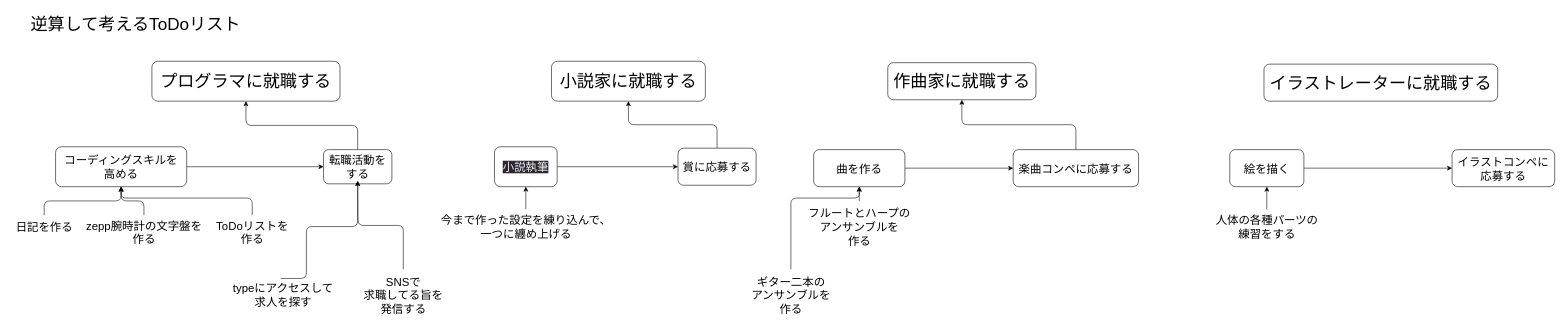
himaorg/himatsubushi.org-STOP- keeps this draw.io diagram as mindmap/test.drawio. Above is the earlier version. Source tidied: cells renumbered, new cells numbered last; positions are measured from the earlier drawing's top-left corner, leaving out a move shared by most shapes. Both pictures are drawn from the tidied source at 57%, with x=0, y=0 at pixel (10, 10).
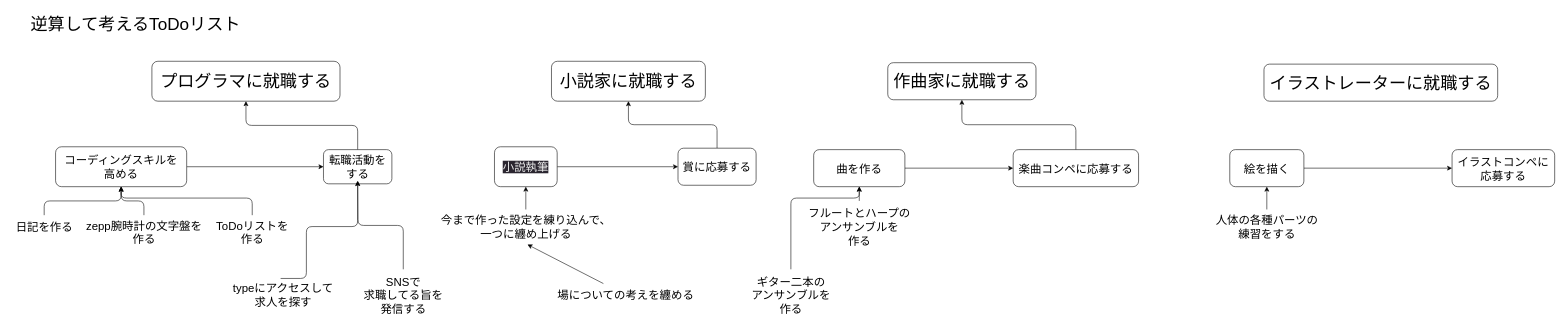
Above is the later version.

Unchanged cells that the change refers to:
```xml
<mxCell id="12" value="今まで作った設定を練り込んで、&lt;br style=&quot;font-size: 20px;&quot;&gt;一つに纏め上げる" style="text;html=1;align=center;verticalAlign=middle;points=[];strokeColor=none;fillColor=none;fontSize=20;" parent="1" vertex="1">
  <mxGeometry x="745" y="350" width="320" height="60" as="geometry" />
</mxCell>
```

Diff of the diagram source:
```diff
@@
+    <mxCell id="40" style="edgeStyle=none;html=1;entryX=0.509;entryY=1.025;entryDx=0;entryDy=0;entryPerimeter=0;fontSize=20;" parent="1" edge="1" source="41" target="12">
+      <mxGeometry relative="1" as="geometry" />
+    </mxCell>
+    <mxCell id="41" value="&lt;font style=&quot;font-size: 20px;&quot;&gt;場についての考えを纏める&lt;/font&gt;" style="text;html=1;align=center;verticalAlign=middle;points=[];strokeColor=none;fillColor=none;" parent="1" vertex="1">
+      <mxGeometry x="940" y="480" width="280" height="40" as="geometry" />
+    </mxCell>
```
